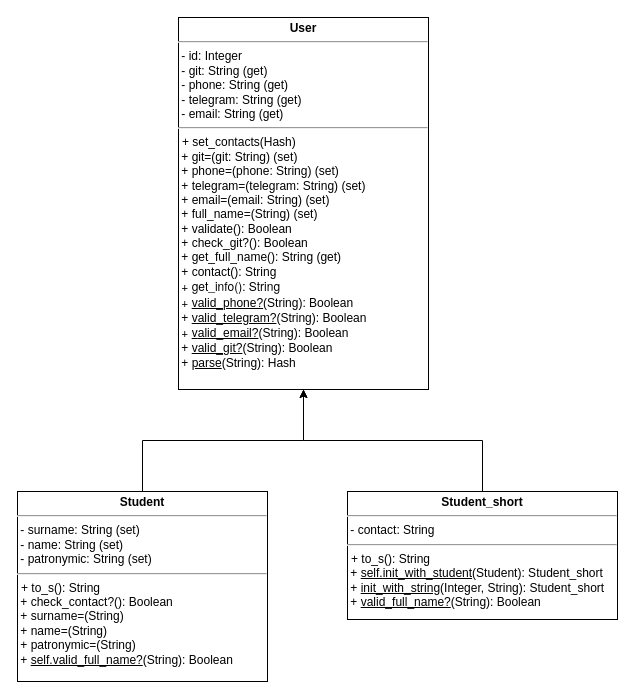
Before: Student Authorization System/Student_Diagr.drawio in asyanix/designPatterns, a draw.io diagram. Source tidied: cells renumbered, new cells numbered last; positions are measured from the earlier drawing's top-left corner, leaving out a move shared by most shapes. Both pictures are drawn from the tidied source at 100%, with x=0, y=0 at pixel (17, 17).
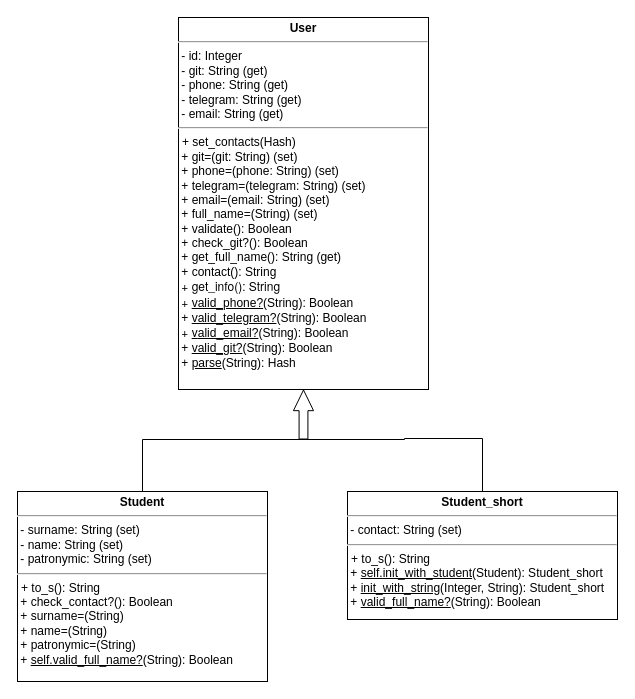
The same diagram, later.

Diff of the diagram source:
```diff
@@
 <mxGraphModel>
   <root>
     <mxCell id="0" />
     <mxCell id="1" parent="0" />
     <mxCell id="2" value="&lt;p style=&quot;margin: 4px 0px 0px; text-align: center;&quot;&gt;&lt;b style=&quot;&quot;&gt;&lt;font style=&quot;font-size: 12px;&quot;&gt;User&lt;/font&gt;&lt;/b&gt;&lt;/p&gt;&lt;hr style=&quot;&quot;&gt;&lt;div style=&quot;border-color: var(--border-color);&quot;&gt;&lt;font style=&quot;border-color: var(--border-color); font-size: 12px;&quot; face=&quot;Helvetica&quot;&gt;&amp;nbsp;- id: Integer&lt;/font&gt;&lt;/div&gt;&lt;div style=&quot;border-color: var(--border-color);&quot;&gt;&lt;font style=&quot;font-size: 12px;&quot;&gt;&amp;nbsp;-&lt;/font&gt;&lt;span style=&quot;background-color: initial;&quot;&gt;&amp;nbsp;git: String (get)&lt;/span&gt;&lt;/div&gt;&lt;div style=&quot;border-color: var(--border-color);&quot;&gt;&lt;font style=&quot;font-size: 12px;&quot;&gt;&amp;nbsp;- phone: String (get)&lt;/font&gt;&lt;/div&gt;&lt;div style=&quot;border-color: var(--border-color);&quot;&gt;&lt;font style=&quot;font-size: 12px;&quot;&gt;&amp;nbsp;- telegram: String (get)&lt;/font&gt;&lt;/div&gt;&lt;div style=&quot;border-color: var(--border-color);&quot;&gt;&lt;font style=&quot;font-size: 12px;&quot;&gt;&amp;nbsp;- email: String (get)&lt;/font&gt;&lt;/div&gt;&lt;hr style=&quot;&quot;&gt;&lt;p style=&quot;margin: 0px 0px 0px 4px;&quot;&gt;&lt;font style=&quot;font-size: 12px;&quot;&gt;+ set_contacts(Hash)&amp;nbsp;&lt;/font&gt;&lt;/p&gt;&lt;font style=&quot;font-size: 12px;&quot;&gt;&amp;nbsp;+ git=(git: String) (set)&lt;br&gt;&amp;nbsp;+ phone=(phone: String) (set)&lt;br&gt;&amp;nbsp;+ telegram=(telegram: String) (set)&lt;br&gt;&amp;nbsp;+&amp;nbsp;email=(email: String) (set)&lt;br style=&quot;&quot;&gt;&amp;nbsp;+ full_name=(String) (set)&lt;br style=&quot;&quot;&gt;&amp;nbsp;+&amp;nbsp;validate(): Boolean&lt;br style=&quot;&quot;&gt;&amp;nbsp;+&amp;nbsp;check_git?(): Boolean&lt;br style=&quot;&quot;&gt;&amp;nbsp;+&amp;nbsp;get_full_name(): String (get)&lt;br style=&quot;&quot;&gt;&amp;nbsp;+ contact(): String&lt;br style=&quot;&quot;&gt;&lt;span style=&quot;font-family: &amp;quot;Helvetica Neue&amp;quot;; background-color: initial;&quot; class=&quot;Apple-converted-space&quot;&gt;&amp;nbsp;+ get_info(): String&lt;span style=&quot;background-color: initial;&quot; class=&quot;Apple-converted-space&quot;&gt;&amp;nbsp;&lt;/span&gt;&lt;span style=&quot;background-color: initial;&quot;&gt;&amp;nbsp;&lt;br&gt;&lt;/span&gt;&amp;nbsp;+&amp;nbsp;&lt;/span&gt;&lt;u&gt;valid_phone?&lt;/u&gt;(String): Boolean&lt;br&gt;&amp;nbsp;+&amp;nbsp;&lt;u&gt;valid_telegram?&lt;/u&gt;(String): Boolean&lt;span style=&quot;font-family: &amp;quot;Helvetica Neue&amp;quot;; background-color: initial;&quot; class=&quot;Apple-converted-space&quot;&gt;&amp;nbsp;&lt;br&gt;&amp;nbsp;+&amp;nbsp;&lt;u&gt;v&lt;/u&gt;&lt;/span&gt;&lt;u&gt;alid_email?&lt;/u&gt;(String): Boolean&lt;br&gt;&amp;nbsp;+&amp;nbsp;&lt;u&gt;valid_git?&lt;/u&gt;(String): Boolean&lt;br&gt;&amp;nbsp;+&amp;nbsp;&lt;u&gt;parse&lt;/u&gt;(String): Hash&amp;nbsp;&lt;span style=&quot;font-family: &amp;quot;Helvetica Neue&amp;quot;; background-color: initial;&quot;&gt;&lt;/span&gt;&lt;br&gt;&lt;br&gt;&lt;span style=&quot;font-family: &amp;quot;Helvetica Neue&amp;quot;; background-color: initial;&quot; class=&quot;Apple-converted-space&quot;&gt;&amp;nbsp;&lt;/span&gt;&lt;/font&gt;" style="verticalAlign=top;align=left;overflow=fill;fontSize=12;fontFamily=Helvetica;html=1;whiteSpace=wrap;spacingLeft=1;spacing=0;spacingTop=0;" parent="1" vertex="1">
       <mxGeometry x="161" width="250" height="372" as="geometry" />
     </mxCell>
-    <mxCell id="3" style="edgeStyle=orthogonalEdgeStyle;rounded=0;jettySize=auto;html=1;entryX=0.5;entryY=1;entryDx=0;entryDy=0;" parent="1" edge="1" source="4" target="2">
-      <mxGeometry relative="1" as="geometry" />
+    <mxCell id="3" style="edgeStyle=orthogonalEdgeStyle;rounded=0;jettySize=auto;html=1;endArrow=none;endFill=0;exitX=0.5;exitY=0;exitDx=0;exitDy=0;" parent="1" edge="1" source="4">
+      <mxGeometry relative="1" as="geometry">
+        <mxPoint x="287" y="422" as="targetPoint" />
+        <Array as="points">
+          <mxPoint x="125" y="422" />
+        </Array>
+      </mxGeometry>
     </mxCell>
     <mxCell id="4" value="&lt;p style=&quot;margin: 4px 0px 0px; text-align: center; font-size: 12px;&quot;&gt;&lt;b style=&quot;font-size: 12px;&quot;&gt;&lt;font style=&quot;font-size: 12px;&quot;&gt;Student&lt;/font&gt;&lt;/b&gt;&lt;/p&gt;&lt;hr style=&quot;font-size: 12px;&quot;&gt;&lt;div style=&quot;border-color: var(--border-color); font-size: 12px;&quot;&gt;&lt;font style=&quot;border-color: var(--border-color); font-size: 12px;&quot;&gt;&amp;nbsp;- surname: String (set)&lt;br style=&quot;font-size: 12px;&quot;&gt;&lt;/font&gt;&lt;/div&gt;&lt;div style=&quot;border-color: var(--border-color); font-size: 12px;&quot;&gt;&lt;font style=&quot;border-color: var(--border-color); font-size: 12px;&quot;&gt;&amp;nbsp;- name: String (set)&lt;/font&gt;&lt;/div&gt;&lt;div style=&quot;border-color: var(--border-color); font-size: 12px;&quot;&gt;&lt;font style=&quot;border-color: var(--border-color); font-size: 12px;&quot;&gt;&amp;nbsp;- patronymic: String (set)&lt;/font&gt;&lt;/div&gt;&lt;hr style=&quot;font-size: 12px;&quot;&gt;&lt;p style=&quot;margin: 0px 0px 0px 4px; font-size: 12px;&quot;&gt;&lt;font style=&quot;font-size: 12px;&quot;&gt;+ t&lt;/font&gt;o_s(): String&lt;span style=&quot;font-size: 12px; background-color: initial;&quot; class=&quot;Apple-converted-space&quot;&gt;&amp;nbsp;&lt;/span&gt;&lt;/p&gt;&lt;font style=&quot;font-size: 12px;&quot;&gt;&amp;nbsp;+&amp;nbsp;check_contact?(): Boolean&lt;br style=&quot;font-size: 12px;&quot;&gt;&amp;nbsp;+ surname=(String)&lt;br style=&quot;font-size: 12px;&quot;&gt;&amp;nbsp;+&amp;nbsp;name=(String)&lt;br style=&quot;font-size: 12px;&quot;&gt;&amp;nbsp;+ patronymic=(String)&lt;span style=&quot;background-color: initial; font-size: 12px;&quot; class=&quot;Apple-converted-space&quot;&gt;&lt;span style=&quot;background-color: initial; font-size: 12px;&quot;&gt;&lt;br style=&quot;font-size: 12px;&quot;&gt;&lt;/span&gt;&amp;nbsp;+&amp;nbsp;&lt;u&gt;self.valid_full_name?&lt;/u&gt;(String): Boolean&lt;span style=&quot;font-size: 12px; background-color: initial;&quot; class=&quot;Apple-converted-space&quot;&gt;&amp;nbsp;&lt;/span&gt;&lt;/span&gt;&lt;br style=&quot;font-size: 12px;&quot;&gt;&lt;br style=&quot;font-size: 12px;&quot;&gt;&lt;span style=&quot;background-color: initial; font-size: 12px;&quot; class=&quot;Apple-converted-space&quot;&gt;&amp;nbsp;&lt;/span&gt;&lt;/font&gt;" style="verticalAlign=top;align=left;overflow=fill;fontSize=12;fontFamily=Helvetica;html=1;whiteSpace=wrap;spacingLeft=1;spacing=0;spacingTop=0;" parent="1" vertex="1">
       <mxGeometry y="474" width="250" height="190" as="geometry" />
     </mxCell>
-    <mxCell id="5" style="edgeStyle=orthogonalEdgeStyle;rounded=0;jettySize=auto;html=1;entryX=0.5;entryY=1;entryDx=0;entryDy=0;" parent="1" edge="1" source="6" target="2">
-      <mxGeometry relative="1" as="geometry" />
+    <mxCell id="5" style="edgeStyle=orthogonalEdgeStyle;rounded=0;jettySize=auto;html=1;endArrow=none;endFill=0;" parent="1" edge="1" source="6">
+      <mxGeometry relative="1" as="geometry">
+        <mxPoint x="286" y="422" as="targetPoint" />
+        <Array as="points">
+          <mxPoint x="465" y="421" />
+          <mxPoint x="387" y="421" />
+        </Array>
+      </mxGeometry>
     </mxCell>
-    <mxCell id="6" value="&lt;p style=&quot;margin: 4px 0px 0px; text-align: center;&quot;&gt;&lt;b style=&quot;&quot;&gt;&lt;font face=&quot;Helvetica&quot; style=&quot;font-size: 12px;&quot;&gt;Student_short&lt;/font&gt;&lt;/b&gt;&lt;/p&gt;&lt;hr style=&quot;&quot;&gt;&lt;div style=&quot;border-color: var(--border-color);&quot;&gt;&lt;font style=&quot;font-size: 12px;&quot;&gt;&lt;span style=&quot;background-color: initial;&quot;&gt;&lt;font face=&quot;Lt6sbaxPKtE7krCIfs0r&quot;&gt;&amp;nbsp;-&lt;/font&gt;&amp;nbsp;contact&lt;/span&gt;&lt;span style=&quot;background-color: initial;&quot;&gt;: String&lt;/span&gt;&lt;/font&gt;&lt;/div&gt;&lt;hr style=&quot;&quot;&gt;&lt;p style=&quot;margin: 0px 0px 0px 4px;&quot;&gt;&lt;font style=&quot;font-size: 12px;&quot;&gt;&lt;font style=&quot;font-size: 12px;&quot;&gt;+&amp;nbsp;&lt;/font&gt;to_s(): String&lt;span style=&quot;background-color: initial;&quot; class=&quot;Apple-converted-space&quot;&gt;&amp;nbsp;&lt;/span&gt;&lt;/font&gt;&lt;/p&gt;&lt;font style=&quot;font-size: 12px;&quot;&gt;&lt;span style=&quot;background-color: initial;&quot; class=&quot;Apple-converted-space&quot;&gt;&amp;nbsp;+&amp;nbsp;&lt;/span&gt;&lt;u&gt;self.init_with_student&lt;/u&gt;(Student): Student_short&lt;br&gt;&amp;nbsp;+&amp;nbsp;&lt;u&gt;init_with_string&lt;/u&gt;(Integer, String): Student_short&lt;br&gt;&lt;span style=&quot;background-color: initial;&quot; class=&quot;Apple-converted-space&quot;&gt;&amp;nbsp;+&amp;nbsp;&lt;u&gt;valid_full_name?&lt;/u&gt;(String): Boolean&lt;/span&gt;&lt;br&gt;&lt;br&gt;&lt;span style=&quot;font-family: Lt6sbaxPKtE7krCIfs0r; background-color: initial;&quot; class=&quot;Apple-converted-space&quot;&gt;&amp;nbsp;&lt;/span&gt;&lt;/font&gt;" style="verticalAlign=top;align=left;overflow=fill;fontSize=12;fontFamily=Helvetica;html=1;whiteSpace=wrap;spacingLeft=1;spacing=0;spacingTop=0;" parent="1" vertex="1">
+    <mxCell id="6" value="&lt;p style=&quot;margin: 4px 0px 0px; text-align: center;&quot;&gt;&lt;b style=&quot;&quot;&gt;&lt;font face=&quot;Helvetica&quot; style=&quot;font-size: 12px;&quot;&gt;Student_short&lt;/font&gt;&lt;/b&gt;&lt;/p&gt;&lt;hr style=&quot;&quot;&gt;&lt;div style=&quot;border-color: var(--border-color);&quot;&gt;&lt;font style=&quot;font-size: 12px;&quot;&gt;&lt;span style=&quot;background-color: initial;&quot;&gt;&lt;font face=&quot;Lt6sbaxPKtE7krCIfs0r&quot;&gt;&amp;nbsp;-&lt;/font&gt;&amp;nbsp;contact&lt;/span&gt;&lt;span style=&quot;background-color: initial;&quot;&gt;: String (set)&lt;/span&gt;&lt;/font&gt;&lt;/div&gt;&lt;hr style=&quot;&quot;&gt;&lt;p style=&quot;margin: 0px 0px 0px 4px;&quot;&gt;&lt;font style=&quot;font-size: 12px;&quot;&gt;&lt;font style=&quot;font-size: 12px;&quot;&gt;+&amp;nbsp;&lt;/font&gt;to_s(): String&lt;span style=&quot;background-color: initial;&quot; class=&quot;Apple-converted-space&quot;&gt;&amp;nbsp;&lt;/span&gt;&lt;/font&gt;&lt;/p&gt;&lt;font style=&quot;font-size: 12px;&quot;&gt;&lt;span style=&quot;background-color: initial;&quot; class=&quot;Apple-converted-space&quot;&gt;&amp;nbsp;+&amp;nbsp;&lt;/span&gt;&lt;u&gt;self.init_with_student&lt;/u&gt;(Student): Student_short&lt;br&gt;&amp;nbsp;+&amp;nbsp;&lt;u&gt;init_with_string&lt;/u&gt;(Integer, String): Student_short&lt;br&gt;&lt;span style=&quot;background-color: initial;&quot; class=&quot;Apple-converted-space&quot;&gt;&amp;nbsp;+&amp;nbsp;&lt;u&gt;valid_full_name?&lt;/u&gt;(String): Boolean&lt;/span&gt;&lt;br&gt;&lt;br&gt;&lt;span style=&quot;font-family: Lt6sbaxPKtE7krCIfs0r; background-color: initial;&quot; class=&quot;Apple-converted-space&quot;&gt;&amp;nbsp;&lt;/span&gt;&lt;/font&gt;" style="verticalAlign=top;align=left;overflow=fill;fontSize=12;fontFamily=Helvetica;html=1;whiteSpace=wrap;spacingLeft=1;spacing=0;spacingTop=0;" parent="1" vertex="1">
       <mxGeometry x="330" y="474" width="270" height="128" as="geometry" />
     </mxCell>
+    <mxCell id="7" style="shape=flexArrow;endArrow=classic;html=1;rounded=0;endWidth=10.3125;endSize=6.5532467532467535;entryX=0.5;entryY=1;entryDx=0;entryDy=0;width=8.831168831168831;" parent="1" edge="1" target="2">
+      <mxGeometry relative="1" as="geometry">
+        <mxPoint x="286" y="422" as="sourcePoint" />
+      </mxGeometry>
+    </mxCell>
   </root>
 </mxGraphModel>
```
